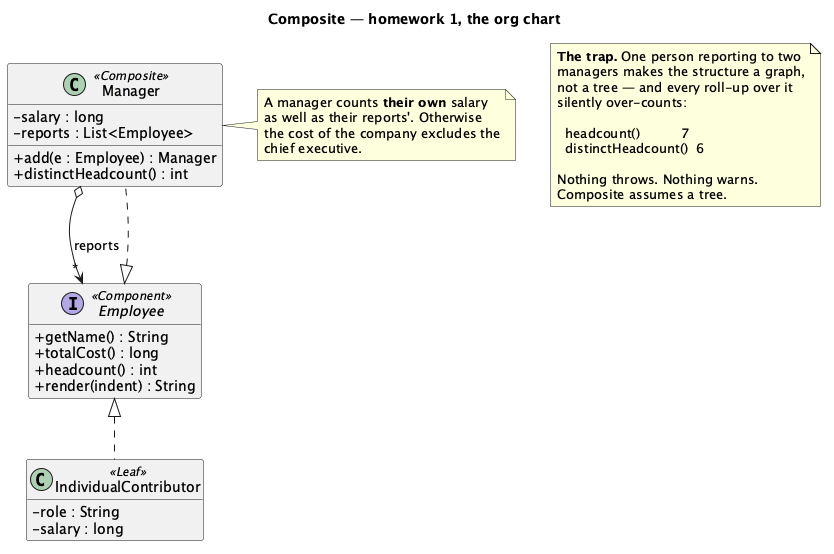
This is src/main/java/dev/kaldiroglu/dp/structural/composite/hw/orgchart/uml/Composite - Org Chart (Homework) - Class Diagram.png from kaldiroglu/DesignPatternsWithJava, a PlantUML export, as it was before one commit. Source of this version:
```plantuml
@startuml "Composite - Org Chart (Homework) - Class Diagram"
skinparam classAttributeIconSize 0
hide empty members
title Composite — homework 1, the org chart


interface Employee <<Component>> {
  + getName() : String
  + totalCost() : long
  + headcount() : int
  + render(indent) : String
}

class IndividualContributor <<Leaf>> {
  - role : String
  - salary : long
}

class Manager <<Composite>> {
  - salary : long
  - reports : List<Employee>
  + add(e : Employee) : Manager
  + distinctHeadcount() : int
}

Employee <|.. IndividualContributor
Employee <|.. Manager
Manager o--> "*" Employee : reports

note right of Manager
  A manager counts <b>their own</b> salary
  as well as their reports'. Otherwise
  the cost of the company excludes the
  chief executive.
end note

note as N1
  <b>The trap.</b> One person reporting to two
  managers makes the structure a graph,
  not a tree — and every roll-up over it
  silently over-counts:

    headcount()          7
    distinctHeadcount()  6

  Nothing throws. Nothing warns.
  Composite assumes a tree.
end note

@enduml
```
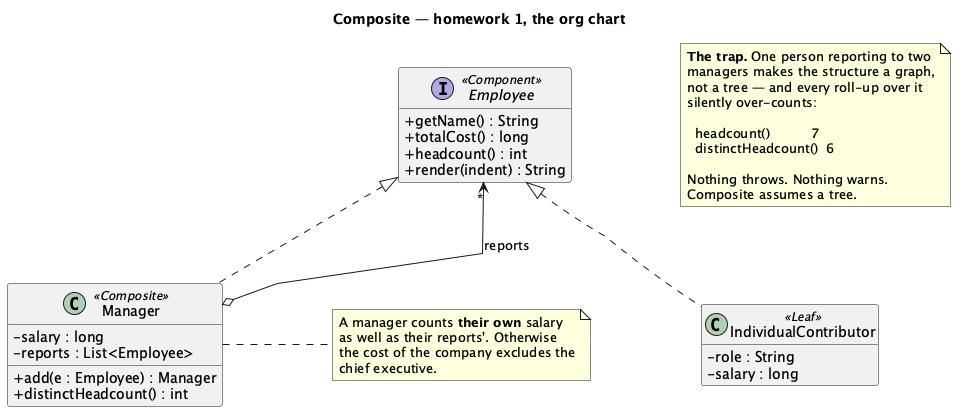
The same file after the commit.

The edit, as a diff of the source:
```diff
@@ -1,4 +1,6 @@
-@startuml "Composite - Org Chart (Homework) - Class Diagram"
+@startuml
+skinparam linetype polyline
+skinparam nodesep 110
 skinparam classAttributeIconSize 0
 hide empty members
 title Composite — homework 1, the org chart
@@ -25,7 +27,6 @@
 
 Employee <|.. IndividualContributor
 Employee <|.. Manager
-Manager o--> "*" Employee : reports
 
 note right of Manager
   A manager counts <b>their own</b> salary
@@ -47,4 +48,7 @@
   Composite assumes a tree.
 end note
 
+Manager o-[norank]-> "*" Employee : reports
+Employee -[hidden]- IndividualContributor
+Employee -[hidden]- Manager
 @enduml
```
